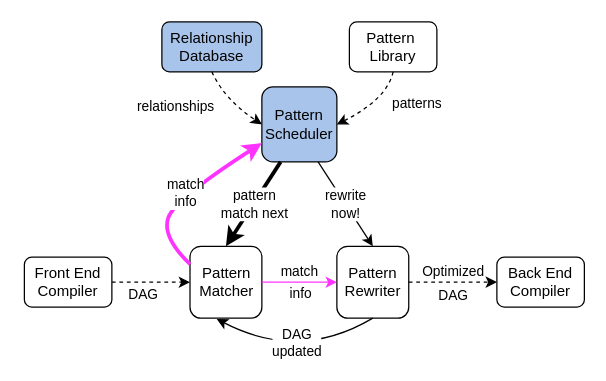
This is 未命名绘图.drawio from RosaryXiang/draw, a draw.io file, before an edit. Source tidied: cells renumbered, new cells numbered last; positions are measured from the earlier drawing's top-left corner, leaving out a move shared by most shapes. Both pictures are drawn from the tidied source at 125%, with x=0, y=0 at pixel (24, 21).
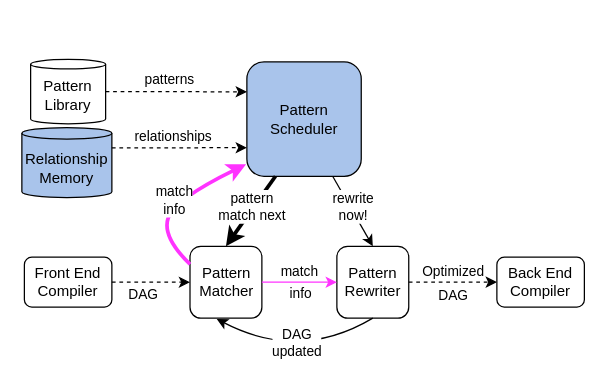
The same page after the edit.

The change refers to these unchanged cells:
```xml
<mxCell id="8" value="Pattern Matcher" style="whiteSpace=wrap;html=1;rounded=1;" parent="1" vertex="1">
  <mxGeometry x="132.5" y="179.5" width="57.5" height="57.5" as="geometry" />
</mxCell>
<mxCell id="10" style="endArrow=classic;html=1;rounded=0;exitX=0.25;exitY=1;exitDx=0;exitDy=0;entryX=0.5;entryY=0;entryDx=0;entryDy=0;strokeWidth=3;" parent="1" edge="1" source="2" target="8">
  <mxGeometry relative="1" as="geometry" />
</mxCell>
<mxCell id="12" style="endArrow=classic;html=1;rounded=0;entryX=0.5;entryY=0;entryDx=0;entryDy=0;exitX=0.75;exitY=1;exitDx=0;exitDy=0;" parent="1" edge="1" source="2" target="9">
  <mxGeometry relative="1" as="geometry" />
</mxCell>
```

What changed in the source:
```diff
@@
     <mxCell id="2" value="Pattern&lt;br&gt;Scheduler" style="whiteSpace=wrap;html=1;fillColor=#A9C4EB;rounded=1;" parent="1" vertex="1">
-      <mxGeometry x="190" y="52" width="60" height="60" as="geometry" />
+      <mxGeometry x="178" y="32" width="91.5" height="91.5" as="geometry" />
     </mxCell>
@@
-    <mxCell id="6" value="Pattern&amp;nbsp;&lt;br&gt;Library" style="rounded=1;whiteSpace=wrap;html=1;" parent="1" vertex="1">
-      <mxGeometry x="260" width="70" height="40" as="geometry" />
-    </mxCell>
-    <mxCell id="7" value="Relationship&lt;br&gt;Database" style="rounded=1;whiteSpace=wrap;html=1;fillColor=#A9C4EB;" parent="1" vertex="1">
-      <mxGeometry x="110" width="80" height="40" as="geometry" />
-    </mxCell>
@@
-    <mxCell id="11" value="pattern &lt;br&gt;match next" style="edgeLabel;html=1;align=center;verticalAlign=middle;labelBorderColor=none;" parent="10" vertex="1">
+    <mxCell id="11" value="pattern &lt;br&gt;match next" style="edgeLabel;html=1;align=center;verticalAlign=middle;labelBorderColor=none;spacing=2;spacingBottom=7;" parent="10" vertex="1">
       <mxGeometry relative="1" as="geometry" />
     </mxCell>
@@
-    <mxCell id="13" value="rewrite&lt;br&gt;now!" style="edgeLabel;html=1;align=center;verticalAlign=middle;" parent="12" vertex="1">
+    <mxCell id="13" value="rewrite&lt;br&gt;now!" style="edgeLabel;html=1;align=center;verticalAlign=middle;spacingBottom=8;" parent="12" vertex="1">
       <mxGeometry relative="1" as="geometry" />
     </mxCell>
@@
-    <mxCell id="16" style="endArrow=classic;html=1;entryX=0;entryY=0.75;entryDx=0;entryDy=0;exitX=0;exitY=0.25;exitDx=0;exitDy=0;fillColor=#0077FF;strokeColor=#FF33FF;curved=1;strokeWidth=3;" parent="1" edge="1" source="8" target="2">
+    <mxCell id="16" style="endArrow=classic;html=1;entryX=-0.007;entryY=0.896;entryDx=0;entryDy=0;exitX=0;exitY=0.25;exitDx=0;exitDy=0;fillColor=#0077FF;strokeColor=#FF33FF;curved=1;strokeWidth=3;entryPerimeter=0;" parent="1" edge="1" source="8" target="2">
       <mxGeometry relative="1" as="geometry">
         <Array as="points">
           <mxPoint x="110" y="172" />
           <mxPoint x="120" y="142" />
         </Array>
       </mxGeometry>
     </mxCell>
@@
-    <mxCell id="25" style="endArrow=classic;html=1;exitX=0.5;exitY=1;exitDx=0;exitDy=0;entryX=0;entryY=0.5;entryDx=0;entryDy=0;curved=1;dashed=1;" parent="1" edge="1" source="7" target="2">
-      <mxGeometry relative="1" as="geometry">
-        <Array as="points">
-          <mxPoint x="160" y="62" />
-        </Array>
-      </mxGeometry>
-    </mxCell>
+    <mxCell id="29" value="Relationship&lt;br&gt;Memory" style="shape=cylinder3;whiteSpace=wrap;html=1;boundedLbl=1;backgroundOutline=1;size=4.666656494140625;fillColor=#A9C4EB;" parent="1" vertex="1">
+      <mxGeometry x="-2" y="84.5" width="72" height="56" as="geometry" />
+    </mxCell>
+    <mxCell id="30" style="endArrow=classic;html=1;rounded=0;entryX=0;entryY=0.75;entryDx=0;entryDy=0;dashed=1;exitX=1;exitY=0;exitDx=0;exitDy=16.333328247070312;exitPerimeter=0;" parent="1" edge="1" source="29" target="2">
+      <mxGeometry relative="1" as="geometry" />
+    </mxCell>
-    <mxCell id="26" value="relationships" style="edgeLabel;html=1;align=center;verticalAlign=middle;" parent="25" vertex="1">
+    <mxCell id="26" value="relationships" style="edgeLabel;html=1;align=center;verticalAlign=middle;rotation=0;" parent="30" vertex="1">
       <mxGeometry relative="1" as="geometry">
-        <mxPoint x="-44" y="2" as="offset" />
+        <mxPoint x="-5" y="-9" as="offset" />
       </mxGeometry>
     </mxCell>
+    <mxCell id="6" value="Pattern&lt;br&gt;Library" style="shape=cylinder3;whiteSpace=wrap;html=1;boundedLbl=1;backgroundOutline=1;size=3.833343505859375;" parent="1" vertex="1">
+      <mxGeometry x="5" y="30" width="60" height="51.5" as="geometry" />
+    </mxCell>
-    <mxCell id="27" style="endArrow=classic;html=1;exitX=0.5;exitY=1;exitDx=0;exitDy=0;entryX=1;entryY=0.5;entryDx=0;entryDy=0;curved=1;dashed=1;" parent="1" edge="1" source="6" target="2">
-      <mxGeometry relative="1" as="geometry">
-        <Array as="points">
-          <mxPoint x="290" y="62" />
-        </Array>
-      </mxGeometry>
+    <mxCell id="27" style="endArrow=classic;html=1;rounded=0;dashed=1;exitX=1;exitY=0.5;exitDx=0;exitDy=0;exitPerimeter=0;entryX=0;entryY=0.262;entryDx=0;entryDy=0;entryPerimeter=0;" parent="1" edge="1" source="6" target="2">
+      <mxGeometry relative="1" as="geometry" />
     </mxCell>
-    <mxCell id="28" value="patterns" style="edgeLabel;html=1;align=center;verticalAlign=middle;" parent="27" vertex="1">
+    <mxCell id="28" value="patterns" style="edgeLabel;html=1;align=center;verticalAlign=middle;rotation=0;" parent="27" vertex="1">
       <mxGeometry relative="1" as="geometry">
-        <mxPoint x="34" y="-3" as="offset" />
+        <mxPoint x="-6" y="-10" as="offset" />
       </mxGeometry>
     </mxCell>
```
